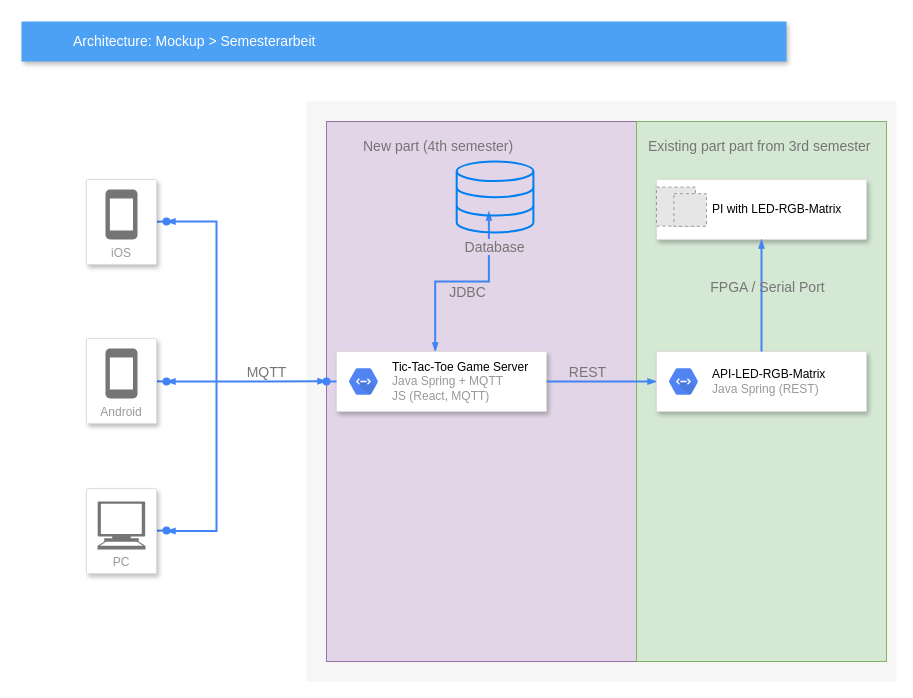
Visual-Board-GmbH/docs-tic-tac-toe keeps this draw.io diagram as 01_Projektdokumente/01_Projektdokumentation/02_Dokumente/07_Architektur/architektur_konzept.drawio. Above is the earlier version. Source tidied: cells renumbered, new cells numbered last; positions are measured from the earlier drawing's top-left corner, leaving out a move shared by most shapes. Both pictures are drawn from the tidied source at 100%, with x=0, y=0 at pixel (21, 21). Pictures stored in the file or linked from it are replaced by grey dashed boxes.
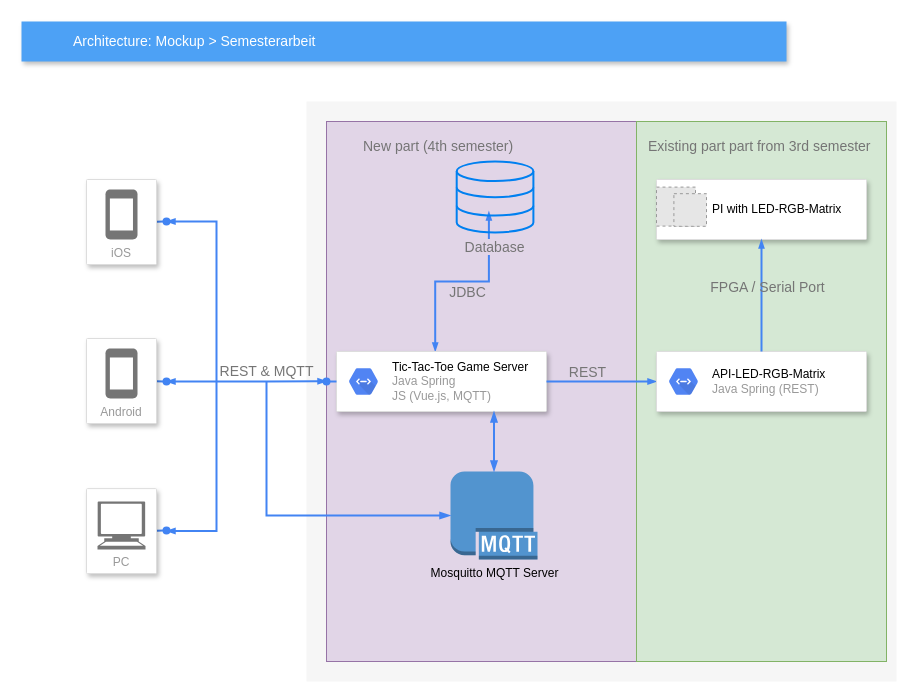
The same diagram, later.

The change refers to these unchanged cells:
```xml
<mxCell id="2" style="fillColor=#F6F6F6;strokeColor=none;shadow=0;gradientColor=none;fontSize=14;align=left;spacing=10;fontColor=#717171;9E9E9E;verticalAlign=top;spacingTop=-4;fontStyle=0;spacingLeft=40;html=1;" parent="1" vertex="1">
  <mxGeometry x="285" y="80" width="590" height="580" as="geometry" />
</mxCell>
<mxCell id="15" style="strokeColor=#dddddd;fillColor=#ffffff;shadow=1;strokeWidth=1;rounded=1;absoluteArcSize=1;arcSize=2;fontSize=14;fontColor=#808080;align=left;html=1;" parent="1" vertex="1">
  <mxGeometry x="315" y="330" width="210" height="60" as="geometry" />
</mxCell>
<mxCell id="17" style="edgeStyle=orthogonalEdgeStyle;fontSize=12;html=1;endArrow=blockThin;endFill=1;rounded=0;strokeWidth=2;endSize=4;startSize=4;dashed=0;strokeColor=#4284F3;startArrow=blockThin;startFill=1;" parent="1" edge="1">
  <mxGeometry relative="1" as="geometry">
    <mxPoint x="145" y="360" as="sourcePoint" />
    <mxPoint x="305" y="359.7" as="targetPoint" />
    <Array as="points">
      <mxPoint x="245" y="359.7" />
      <mxPoint x="245" y="359.7" />
    </Array>
  </mxGeometry>
</mxCell>
```

What changed in the source:
```diff
@@
+    <mxCell id="39" value="&lt;div&gt;Mosquitto MQTT Server&lt;/div&gt;" style="outlineConnect=0;dashed=0;verticalLabelPosition=bottom;verticalAlign=top;align=center;html=1;shape=mxgraph.aws3.mqtt_protocol;fillColor=#5294CF;" parent="2" vertex="1">
+      <mxGeometry x="144" y="370" width="87" height="88" as="geometry" />
+    </mxCell>
@@
-    <mxCell id="16" value="&lt;font color=&quot;#000000&quot;&gt;Tic-Tac-Toe Game Server&lt;/font&gt;&lt;br&gt;&lt;div&gt;Java Spring + MQTT&lt;br&gt;&lt;/div&gt;&lt;div&gt;JS (React, MQTT)&lt;/div&gt;" style="dashed=0;html=1;fillColor=#5184F3;strokeColor=none;shape=mxgraph.gcp2.hexIcon;prIcon=cloud_endpoints;labelPosition=right;verticalLabelPosition=middle;align=left;verticalAlign=middle;spacingLeft=5;fontColor=#999999;fontSize=12;" parent="15" vertex="1">
+    <mxCell id="16" value="&lt;font color=&quot;#000000&quot;&gt;Tic-Tac-Toe Game Server&lt;/font&gt;&lt;br&gt;&lt;div&gt;Java Spring&lt;br&gt;&lt;/div&gt;&lt;div&gt;JS (Vue.js, MQTT)&lt;/div&gt;" style="dashed=0;html=1;fillColor=#5184F3;strokeColor=none;shape=mxgraph.gcp2.hexIcon;prIcon=cloud_endpoints;labelPosition=right;verticalLabelPosition=middle;align=left;verticalAlign=middle;spacingLeft=5;fontColor=#999999;fontSize=12;" parent="15" vertex="1">
       <mxGeometry y="0.5" width="44" height="39" relative="1" as="geometry">
         <mxPoint x="5" y="-19.5" as="offset" />
       </mxGeometry>
     </mxCell>
@@
-    <mxCell id="18" value="MQTT" style="text;html=1;align=center;verticalAlign=middle;labelBackgroundColor=none;fontSize=14;fontColor=#757575;" parent="17" vertex="1">
+    <mxCell id="18" value="REST &amp;amp; MQTT" style="text;html=1;align=center;verticalAlign=middle;labelBackgroundColor=none;fontSize=14;fontColor=#757575;" parent="17" vertex="1">
       <mxGeometry x="0.19" y="-2" relative="1" as="geometry">
-        <mxPoint x="4" y="-12" as="offset" />
+        <mxPoint x="4" y="-13" as="offset" />
       </mxGeometry>
     </mxCell>
@@
+    <mxCell id="40" style="endArrow=blockThin;html=1;entryX=0.75;entryY=1;entryDx=0;entryDy=0;exitX=0.5;exitY=0;exitDx=0;exitDy=0;exitPerimeter=0;strokeColor=#4284F3;strokeWidth=2;rounded=0;endFill=1;startArrow=blockThin;startFill=1;" parent="1" edge="1" source="39" target="15">
+      <mxGeometry relative="1" as="geometry" />
+    </mxCell>
+    <mxCell id="41" style="endArrow=none;html=1;exitX=0;exitY=0.5;exitDx=0;exitDy=0;exitPerimeter=0;strokeColor=#4284F3;strokeWidth=2;endFill=0;startArrow=blockThin;startFill=1;rounded=0;" parent="1" edge="1" source="39">
+      <mxGeometry relative="1" as="geometry">
+        <mxPoint x="245" y="360" as="targetPoint" />
+        <Array as="points">
+          <mxPoint x="245" y="494" />
+        </Array>
+      </mxGeometry>
+    </mxCell>
```
